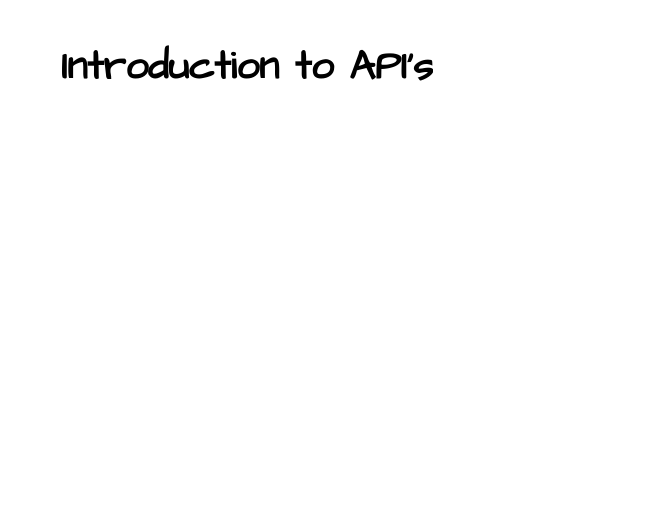
Above: page "api_notes" (8 of 8) of Untitled Diagram.drawio in chandansutradhar2/unacademy-app (draw.io), before the change. Source tidied: cells renumbered, new cells numbered last; positions are measured from the earlier drawing's top-left corner, leaving out a move shared by most shapes. Both pictures are drawn from the tidied source at 100%, with x=0, y=0 at pixel (56, 27).
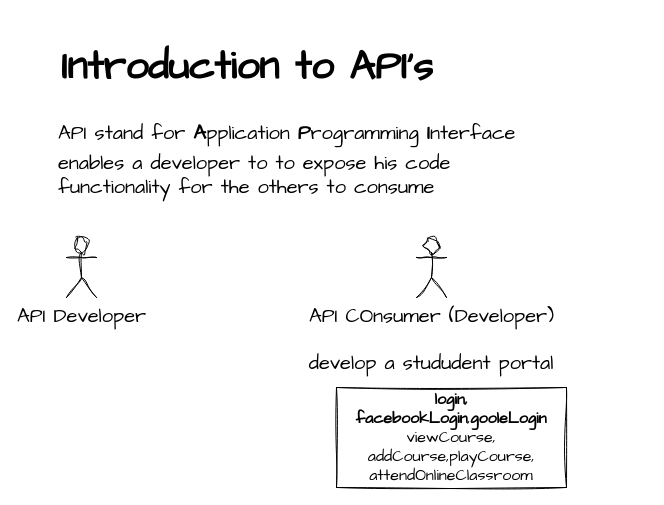
Above is the later version.

What changed in the source:
```diff
@@
 <mxGraphModel>
   <root>
     <mxCell id="0" />
     <mxCell id="1" parent="0" />
     <mxCell id="2" value="&lt;h1&gt;Introduction to API's&lt;/h1&gt;" style="text;html=1;strokeColor=none;fillColor=none;spacing=5;spacingTop=-20;whiteSpace=wrap;overflow=hidden;rounded=0;fontSize=20;fontFamily=Architects Daughter;" parent="1" vertex="1">
       <mxGeometry width="450" height="70" as="geometry" />
     </mxCell>
+    <mxCell id="3" value="API stand for &lt;b&gt;A&lt;/b&gt;pplication &lt;b&gt;P&lt;/b&gt;rogramming &lt;b&gt;I&lt;/b&gt;nterface" style="text;html=1;strokeColor=none;fillColor=none;align=left;verticalAlign=middle;whiteSpace=wrap;rounded=0;fontSize=20;fontFamily=Architects Daughter;sketch=1;curveFitting=1;jiggle=2;" parent="1" vertex="1">
+      <mxGeometry y="90" width="590" height="30" as="geometry" />
+    </mxCell>
+    <mxCell id="4" value="enables a developer to to expose his code functionality for the others to consume" style="text;html=1;strokeColor=none;fillColor=none;align=left;verticalAlign=middle;whiteSpace=wrap;rounded=0;fontSize=20;fontFamily=Architects Daughter;" parent="1" vertex="1">
+      <mxGeometry y="122" width="480" height="50" as="geometry" />
+    </mxCell>
+    <mxCell id="5" value="API Developer" style="shape=umlActor;verticalLabelPosition=bottom;verticalAlign=top;html=1;sketch=1;hachureGap=4;jiggle=2;curveFitting=1;fontFamily=Architects Daughter;fontSize=20;" parent="1" vertex="1">
+      <mxGeometry x="10" y="210" width="30" height="60" as="geometry" />
+    </mxCell>
+    <mxCell id="6" value="API COnsumer (Developer)" style="shape=umlActor;verticalLabelPosition=bottom;verticalAlign=top;html=1;sketch=1;hachureGap=4;jiggle=2;curveFitting=1;fontFamily=Architects Daughter;fontSize=20;" parent="1" vertex="1">
+      <mxGeometry x="360" y="210" width="30" height="60" as="geometry" />
+    </mxCell>
+    <mxCell id="7" value="develop a stududent portal" style="text;html=1;strokeColor=none;fillColor=none;align=center;verticalAlign=middle;whiteSpace=wrap;rounded=0;fontSize=20;fontFamily=Architects Daughter;" parent="1" vertex="1">
+      <mxGeometry x="250" y="320" width="250" height="30" as="geometry" />
+    </mxCell>
+    <mxCell id="8" value="&lt;b&gt;login, facebookLogin&lt;/b&gt;,&lt;b&gt;gooleLogin&lt;/b&gt; viewCourse, addCourse,playCourse, attendOnlineClassroom" style="rounded=0;whiteSpace=wrap;html=1;sketch=1;hachureGap=4;jiggle=2;curveFitting=1;fontFamily=Architects Daughter;fontSize=16;" parent="1" vertex="1">
+      <mxGeometry x="280" y="360" width="230" height="100" as="geometry" />
+    </mxCell>
   </root>
 </mxGraphModel>
```
